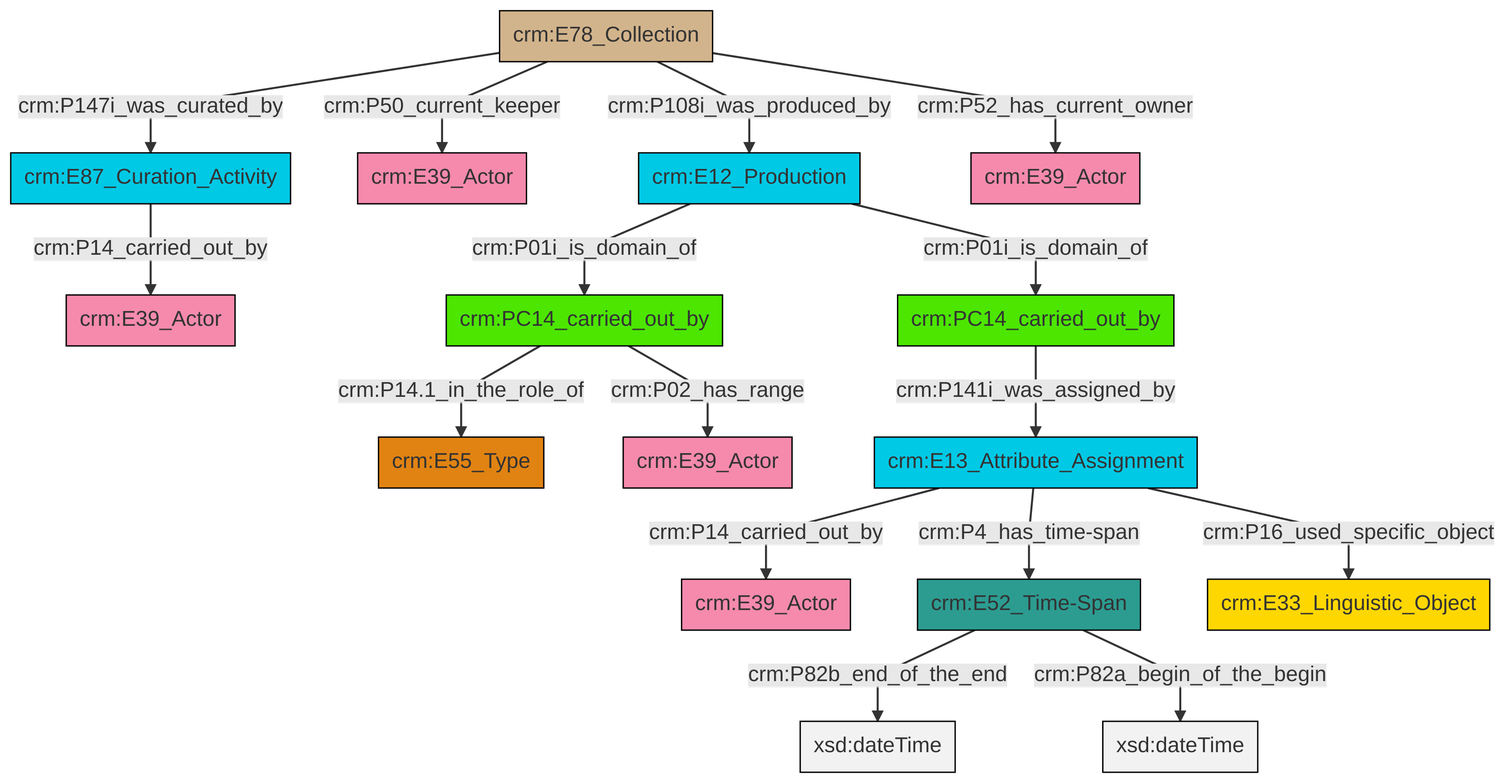
This is et/archivalCSV/ttl/mmd/png/archival_relation.png from swiss-art-research-net/docs.swissartresearch, a Mermaid export, as it was before one commit. Its source is kept beside it as et/archivalCSV/ttl/mmd/archival_relation.ttl.mmd.
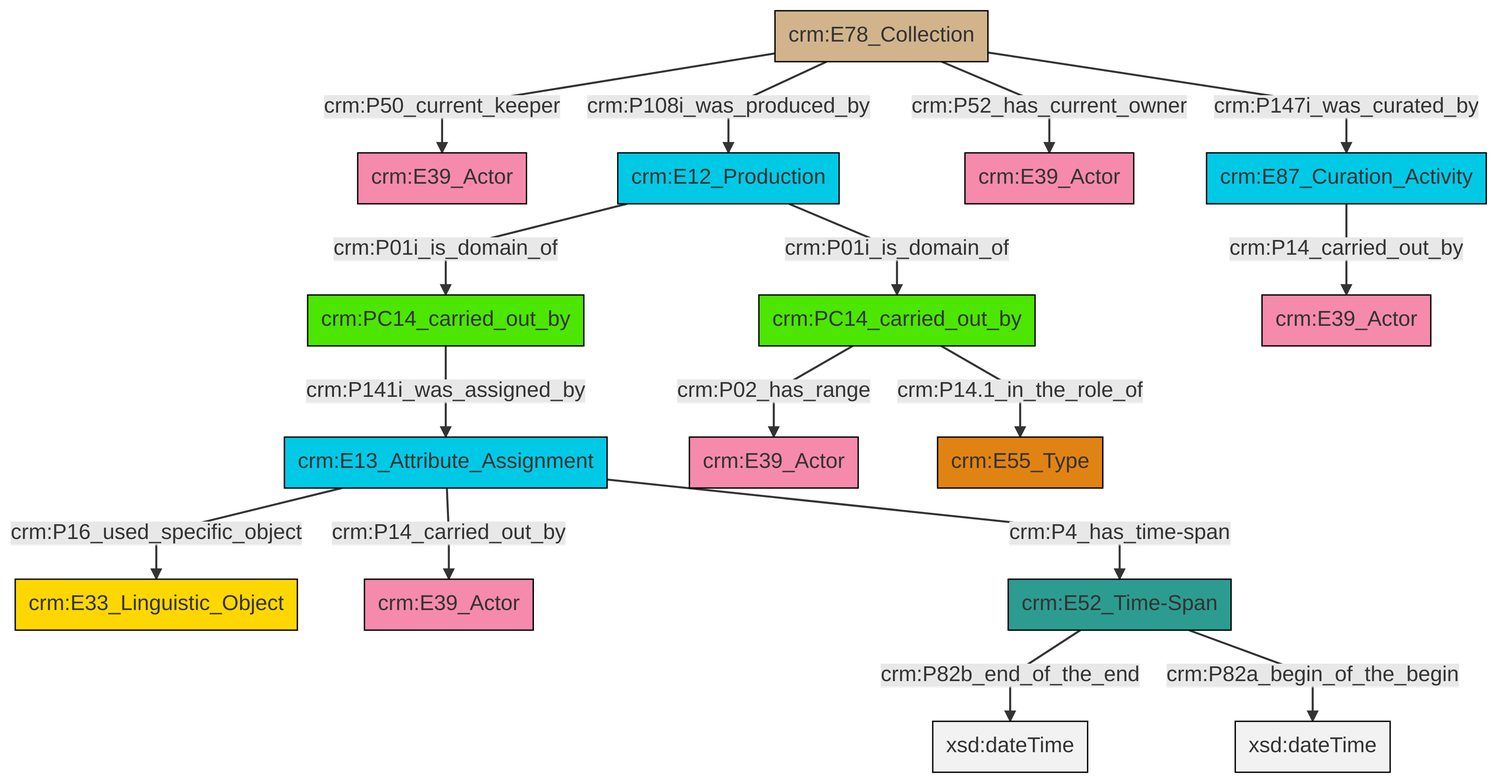
The same diagram one commit later.

The edit, as a diff of the source:
```diff
@@ -13,18 +13,18 @@
 classDef PC_Classes fill:#4ce600, stroke:#000000;
 classDef Multi fill:#cccccc,stroke:#000000;
 
-4["crm:E78_Collection"]:::Physical_Thing -->|crm:P147i_was_curated_by| 2["crm:E87_Curation_Activity"]:::Temporal_Entity
-5["crm:E12_Production"]:::Temporal_Entity -->|crm:P01i_is_domain_of| 6["crm:PC14_carried_out_by"]:::PC_Classes
-6["crm:PC14_carried_out_by"]:::PC_Classes -->|crm:P14.1_in_the_role_of| 8["crm:E55_Type"]:::Type
-9["crm:E13_Attribute_Assignment"]:::Temporal_Entity -->|crm:P14_carried_out_by| 10["crm:E39_Actor"]:::Actor
-6["crm:PC14_carried_out_by"]:::PC_Classes -->|crm:P02_has_range| 13["crm:E39_Actor"]:::Actor
-9["crm:E13_Attribute_Assignment"]:::Temporal_Entity -->|crm:P4_has_time-span| 15["crm:E52_Time-Span"]:::Time-Span
-4["crm:E78_Collection"]:::Physical_Thing -->|crm:P50_current_keeper| 0["crm:E39_Actor"]:::Actor
-15["crm:E52_Time-Span"]:::Time-Span -->|crm:P82b_end_of_the_end| 17[xsd:dateTime]:::Literal
-5["crm:E12_Production"]:::Temporal_Entity -->|crm:P01i_is_domain_of| 18["crm:PC14_carried_out_by"]:::PC_Classes
-4["crm:E78_Collection"]:::Physical_Thing -->|crm:P108i_was_produced_by| 5["crm:E12_Production"]:::Temporal_Entity
-9["crm:E13_Attribute_Assignment"]:::Temporal_Entity -->|crm:P16_used_specific_object| 23["crm:E33_Linguistic_Object"]:::Conceptual_Object
-2["crm:E87_Curation_Activity"]:::Temporal_Entity -->|crm:P14_carried_out_by| 20["crm:E39_Actor"]:::Actor
-4["crm:E78_Collection"]:::Physical_Thing -->|crm:P52_has_current_owner| 26["crm:E39_Actor"]:::Actor
-15["crm:E52_Time-Span"]:::Time-Span -->|crm:P82a_begin_of_the_begin| 27[xsd:dateTime]:::Literal
-18["crm:PC14_carried_out_by"]:::PC_Classes -->|crm:P141i_was_assigned_by| 9["crm:E13_Attribute_Assignment"]:::Temporal_Entity
+0["crm:E87_Curation_Activity"]:::Temporal_Entity -->|crm:P14_carried_out_by| 1["crm:E39_Actor"]:::Actor
+2["crm:E12_Production"]:::Temporal_Entity -->|crm:P01i_is_domain_of| 3["crm:PC14_carried_out_by"]:::PC_Classes
+4["crm:E78_Collection"]:::Physical_Thing -->|crm:P50_current_keeper| 5["crm:E39_Actor"]:::Actor
+2["crm:E12_Production"]:::Temporal_Entity -->|crm:P01i_is_domain_of| 9["crm:PC14_carried_out_by"]:::PC_Classes
+9["crm:PC14_carried_out_by"]:::PC_Classes -->|crm:P02_has_range| 10["crm:E39_Actor"]:::Actor
+11["crm:E52_Time-Span"]:::Time-Span -->|crm:P82b_end_of_the_end| 12[xsd:dateTime]:::Literal
+4["crm:E78_Collection"]:::Physical_Thing -->|crm:P108i_was_produced_by| 2["crm:E12_Production"]:::Temporal_Entity
+11["crm:E52_Time-Span"]:::Time-Span -->|crm:P82a_begin_of_the_begin| 13[xsd:dateTime]:::Literal
+15["crm:E13_Attribute_Assignment"]:::Temporal_Entity -->|crm:P16_used_specific_object| 16["crm:E33_Linguistic_Object"]:::Conceptual_Object
+15["crm:E13_Attribute_Assignment"]:::Temporal_Entity -->|crm:P14_carried_out_by| 17["crm:E39_Actor"]:::Actor
+4["crm:E78_Collection"]:::Physical_Thing -->|crm:P52_has_current_owner| 6["crm:E39_Actor"]:::Actor
+15["crm:E13_Attribute_Assignment"]:::Temporal_Entity -->|crm:P4_has_time-span| 11["crm:E52_Time-Span"]:::Time-Span
+4["crm:E78_Collection"]:::Physical_Thing -->|crm:P147i_was_curated_by| 0["crm:E87_Curation_Activity"]:::Temporal_Entity
+9["crm:PC14_carried_out_by"]:::PC_Classes -->|crm:P14.1_in_the_role_of| 28["crm:E55_Type"]:::Type
+3["crm:PC14_carried_out_by"]:::PC_Classes -->|crm:P141i_was_assigned_by| 15["crm:E13_Attribute_Assignment"]:::Temporal_Entity
```
